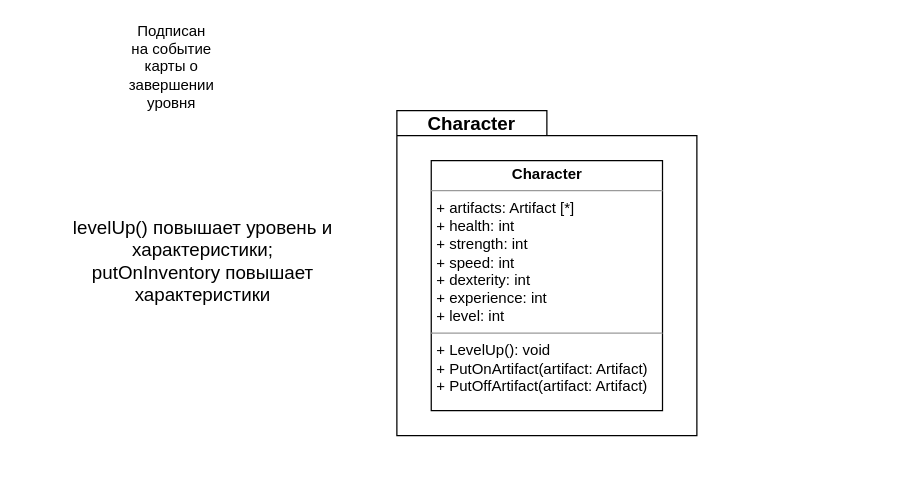
victoriafomina/Software-Design keeps this draw.io diagram as page "Character" (2 of 8) of Roguelike/roguelike.drawio. Above is the earlier version. Source tidied: cells renumbered, new cells numbered last; positions are measured from the earlier drawing's top-left corner, leaving out a move shared by most shapes. Both pictures are drawn from the tidied source at 125%, with x=0, y=0 at pixel (21, 48).
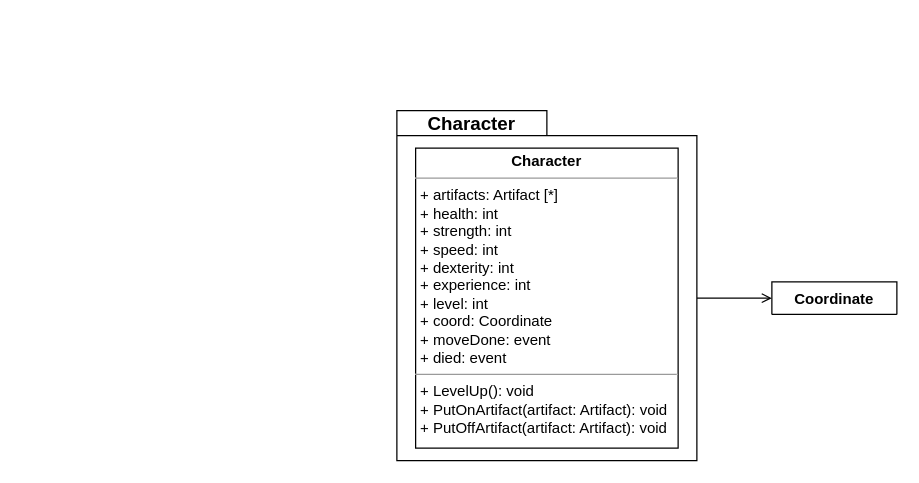
Above is the later version.

What changed in the source:
```diff
@@
 <mxGraphModel>
   <root>
     <mxCell id="0" />
     <mxCell id="1" parent="0" />
+    <mxCell id="7" style="edgeStyle=orthogonalEdgeStyle;rounded=0;jettySize=auto;html=1;exitX=0;exitY=0;exitDx=240;exitDy=150;exitPerimeter=0;entryX=0;entryY=0.5;entryDx=0;entryDy=0;fontSize=15;startArrow=none;startFill=0;endArrow=open;endFill=0;" parent="1" edge="1" source="2" target="8">
+      <mxGeometry relative="1" as="geometry" />
+    </mxCell>
     <mxCell id="2" style="shape=folder;fontStyle=1;spacingTop=10;tabWidth=120;tabHeight=20;tabPosition=left;html=1;fontSize=15;" parent="1" vertex="1">
-      <mxGeometry x="300" y="50" width="240" height="260" as="geometry" />
+      <mxGeometry x="300" y="50" width="240" height="280" as="geometry" />
     </mxCell>
     <mxCell id="3" value="&lt;b&gt;&lt;font style=&quot;font-size: 15px&quot;&gt;Character&lt;/font&gt;&lt;/b&gt;" style="text;html=1;strokeColor=none;fillColor=none;align=center;verticalAlign=middle;whiteSpace=wrap;rounded=0;" parent="1" vertex="1">
       <mxGeometry x="330" y="50" width="60" height="20" as="geometry" />
     </mxCell>
-    <mxCell id="4" value="&lt;p style=&quot;margin: 0px ; margin-top: 4px ; text-align: center&quot;&gt;&lt;b&gt;Character&lt;/b&gt;&lt;/p&gt;&lt;hr size=&quot;1&quot;&gt;&lt;p style=&quot;margin: 0px ; margin-left: 4px&quot;&gt;+ artifacts: Artifact [*]&lt;br&gt;+ health: int&lt;br&gt;+ strength: int&lt;br&gt;+ speed: int&lt;/p&gt;&lt;p style=&quot;margin: 0px ; margin-left: 4px&quot;&gt;+ dexterity: int&lt;br&gt;+ experience: int&lt;/p&gt;&lt;p style=&quot;margin: 0px ; margin-left: 4px&quot;&gt;+ level: int&lt;/p&gt;&lt;hr size=&quot;1&quot;&gt;&lt;p style=&quot;margin: 0px ; margin-left: 4px&quot;&gt;+ LevelUp(): void&lt;br&gt;+ PutOnArtifact(artifact: Artifact)&lt;br&gt;+ PutOffArtifact(artifact: Artifact)&lt;/p&gt;" style="verticalAlign=top;align=left;overflow=fill;fontSize=12;fontFamily=Helvetica;html=1;" parent="1" vertex="1">
-      <mxGeometry x="327.5" y="90" width="185" height="200" as="geometry" />
+    <mxCell id="4" value="&lt;p style=&quot;margin: 0px ; margin-top: 4px ; text-align: center&quot;&gt;&lt;b&gt;Character&lt;/b&gt;&lt;/p&gt;&lt;hr size=&quot;1&quot;&gt;&lt;p style=&quot;margin: 0px ; margin-left: 4px&quot;&gt;+ artifacts: Artifact [*]&lt;br&gt;+ health: int&lt;br&gt;+ strength: int&lt;br&gt;+ speed: int&lt;/p&gt;&lt;p style=&quot;margin: 0px ; margin-left: 4px&quot;&gt;+ dexterity: int&lt;br&gt;+ experience: int&lt;/p&gt;&lt;p style=&quot;margin: 0px ; margin-left: 4px&quot;&gt;+ level: int&lt;br&gt;+ coord: Coordinate&lt;br&gt;+ moveDone: event&lt;br&gt;+ died: event&lt;/p&gt;&lt;hr size=&quot;1&quot;&gt;&lt;p style=&quot;margin: 0px ; margin-left: 4px&quot;&gt;+ LevelUp(): void&lt;br&gt;+ PutOnArtifact(artifact: Artifact): void&lt;br&gt;+ PutOffArtifact(artifact: Artifact): void&lt;/p&gt;" style="verticalAlign=top;align=left;overflow=fill;fontSize=12;fontFamily=Helvetica;html=1;" parent="1" vertex="1">
+      <mxGeometry x="315" y="80" width="210" height="240" as="geometry" />
     </mxCell>
-    <mxCell id="5" value="levelUp() повышает уровень и характеристики;&lt;br&gt;putOnInventory повышает характеристики" style="text;html=1;strokeColor=none;fillColor=none;align=center;verticalAlign=middle;whiteSpace=wrap;rounded=0;dashed=1;fontSize=15;" parent="1" vertex="1">
-      <mxGeometry y="90" width="290" height="160" as="geometry" />
-    </mxCell>
-    <mxCell id="6" value="Подписан на событие карты о завершении уровня" style="text;html=1;strokeColor=none;fillColor=none;align=center;verticalAlign=middle;whiteSpace=wrap;rounded=0;fontSize=12;" parent="1" vertex="1">
-      <mxGeometry x="90" width="60" height="30" as="geometry" />
-    </mxCell>
+    <mxCell id="8" value="Coordinate" style="swimlane;fontStyle=1;align=center;verticalAlign=top;horizontal=1;startSize=26;" parent="1" vertex="1" collapsed="1">
+      <mxGeometry x="600" y="187" width="100" height="26" as="geometry" />
+    </mxCell>
   </root>
 </mxGraphModel>
```
